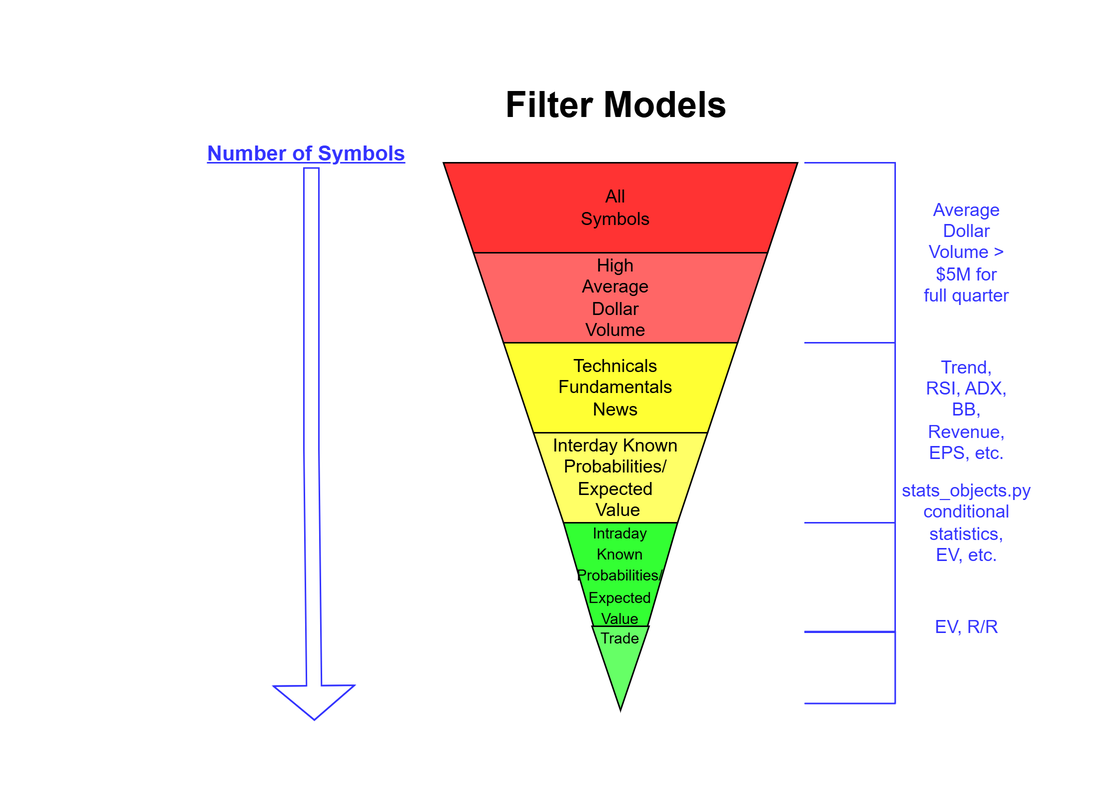
jdejones/market_data keeps this draw.io diagram as usage/Filter_Models.png. Above is the earlier version. Source tidied: cells renumbered, new cells last; positions are measured from the earlier drawing's top-left corner, leaving out a move shared by most shapes.
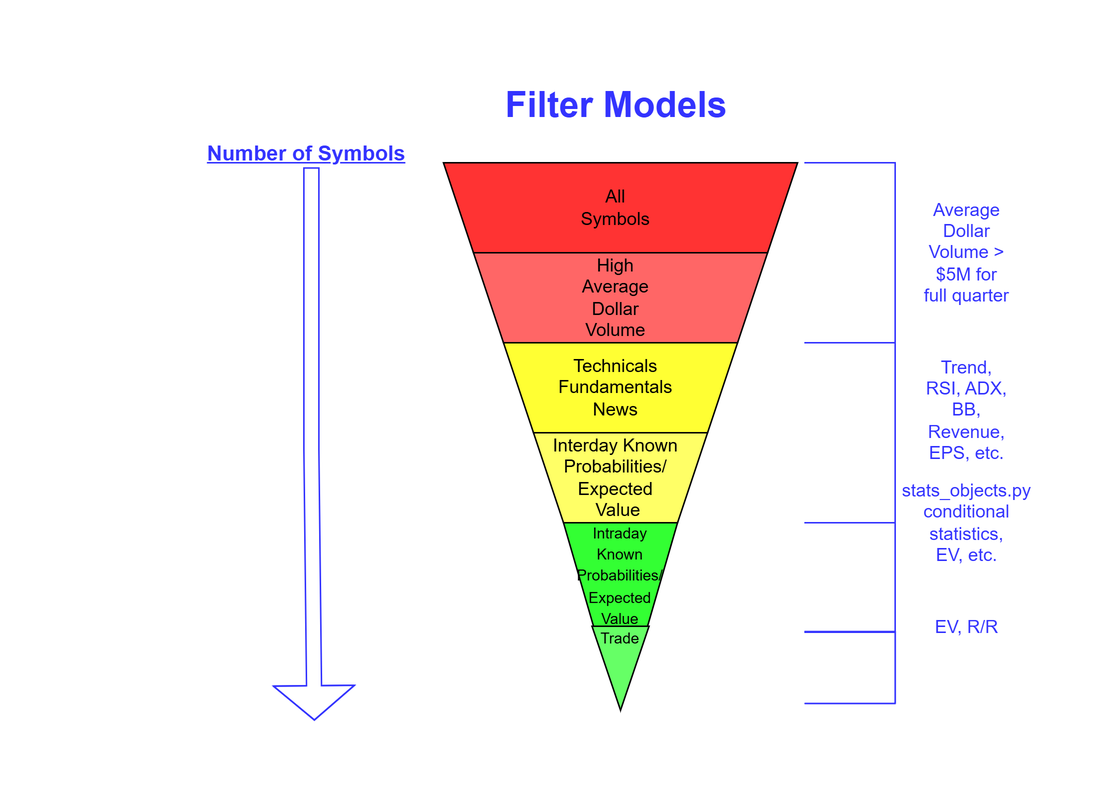
After the commit.

Commit message:
Edited title color.

Diff of the diagram source:
```diff
@@ -50,7 +50,7 @@
     <mxCell id="15" value="&lt;font style=&quot;font-size: 14px; color: rgb(51, 51, 255);&quot;&gt;&lt;b&gt;&lt;u&gt;Number of Symbols&lt;/u&gt;&lt;/b&gt;&lt;/font&gt;" style="text;html=1;whiteSpace=wrap;strokeColor=none;fillColor=none;align=center;verticalAlign=middle;rounded=0;rotation=0;" parent="1" vertex="1">
       <mxGeometry y="13" width="307.5" height="78" as="geometry" />
     </mxCell>
-    <mxCell id="16" value="Filter Models" style="text;strokeColor=none;fillColor=none;html=1;fontSize=24;fontStyle=1;verticalAlign=middle;align=center;" parent="1" vertex="1">
+    <mxCell id="16" value="&lt;font style=&quot;color: rgb(51, 51, 255);&quot;&gt;Filter Models&lt;/font&gt;" style="text;strokeColor=none;fillColor=none;html=1;fontSize=24;fontStyle=1;verticalAlign=middle;align=center;" parent="1" vertex="1">
       <mxGeometry x="310" width="100" height="40" as="geometry" />
     </mxCell>
     <mxCell id="17" style="shape=partialRectangle;whiteSpace=wrap;html=1;bottom=1;right=1;left=1;top=0;fillColor=none;routingCenterX=-0.5;rotation=-90;strokeColor=#3333FF;" parent="1" vertex="1">
```
